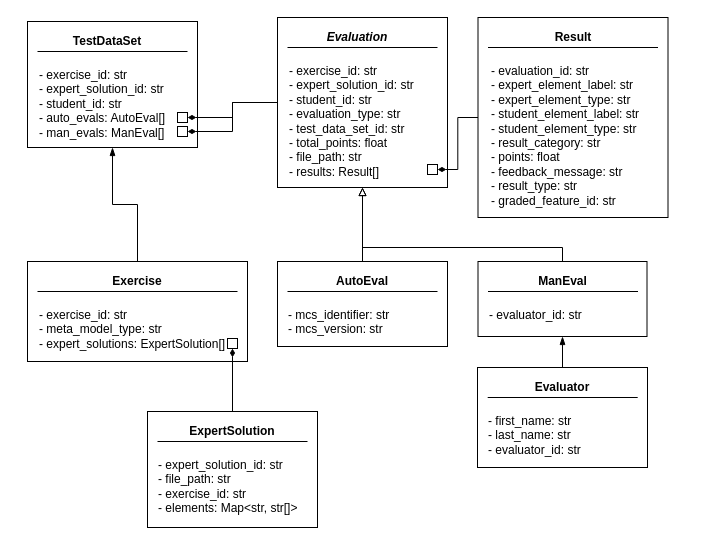
Earlier version of the draw.io diagram doc/graphics/EntitiesDesign.drawio (PDT42/bachelor-quality-testing-inloom). Source tidied: cells renumbered, new cells numbered last; positions are measured from the earlier drawing's top-left corner, leaving out a move shared by most shapes. Both pictures are drawn from the tidied source at 100%, with x=0, y=0 at pixel (27, 17).
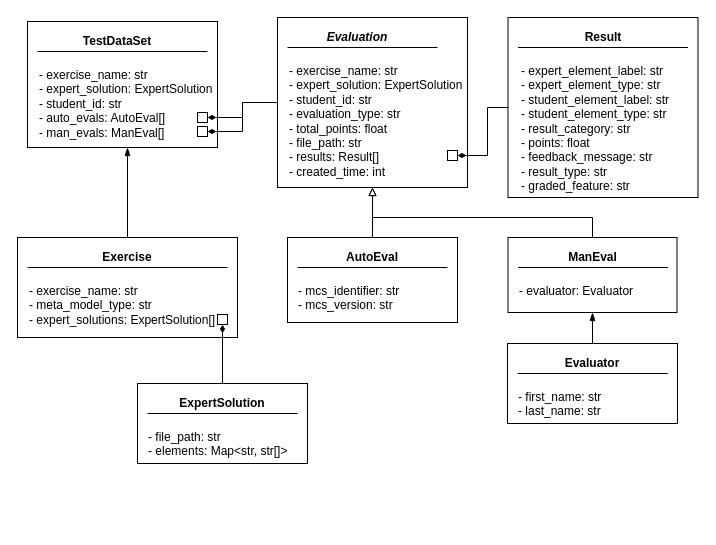
Above is the later version.

What changed in the source:
```diff
@@
     <mxCell id="2" style="rounded=0;whiteSpace=wrap;html=1;align=left;" parent="1" vertex="1">
-      <mxGeometry y="4" width="170" height="126" as="geometry" />
+      <mxGeometry y="4" width="190" height="126" as="geometry" />
     </mxCell>
     <mxCell id="3" value="&lt;b&gt;TestDataSet&lt;/b&gt;" style="text;html=1;strokeColor=none;fillColor=none;align=center;verticalAlign=middle;whiteSpace=wrap;rounded=0;" parent="1" vertex="1">
-      <mxGeometry y="14" width="160" height="20" as="geometry" />
+      <mxGeometry y="14" width="180" height="20" as="geometry" />
     </mxCell>
@@
-    <mxCell id="5" value="- exercise_id: str&lt;br&gt;- expert_solution_id: str&lt;br&gt;- student_id: str&lt;br&gt;- auto_evals: AutoEval[]&lt;br&gt;- man_evals: ManEval[]" style="text;html=1;strokeColor=none;fillColor=none;align=left;verticalAlign=top;whiteSpace=wrap;rounded=0;" parent="1" vertex="1">
-      <mxGeometry x="10" y="44" width="150" height="86" as="geometry" />
+    <mxCell id="5" value="- exercise_name: str&lt;br&gt;- expert_solution: ExpertSolution&lt;br&gt;- student_id: str&lt;br&gt;- auto_evals: AutoEval[]&lt;br&gt;- man_evals: ManEval[]" style="text;html=1;strokeColor=none;fillColor=none;align=left;verticalAlign=top;whiteSpace=wrap;rounded=0;" parent="1" vertex="1">
+      <mxGeometry x="10" y="44" width="180" height="86" as="geometry" />
     </mxCell>
     <mxCell id="6" style="rounded=0;whiteSpace=wrap;html=1;" parent="1" vertex="1">
-      <mxGeometry x="150" y="95" width="10" height="10" as="geometry" />
+      <mxGeometry x="170" y="95" width="10" height="10" as="geometry" />
     </mxCell>
     <mxCell id="7" style="rounded=0;whiteSpace=wrap;html=1;" parent="1" vertex="1">
-      <mxGeometry x="150" y="109" width="10" height="10" as="geometry" />
+      <mxGeometry x="170" y="109" width="10" height="10" as="geometry" />
     </mxCell>
@@
     <mxCell id="9" style="rounded=0;whiteSpace=wrap;html=1;" parent="1" vertex="1">
-      <mxGeometry y="244" width="220" height="100" as="geometry" />
+      <mxGeometry x="-10" y="220" width="220" height="100" as="geometry" />
     </mxCell>
     <mxCell id="10" value="&lt;b&gt;Exercise&lt;/b&gt;" style="text;html=1;strokeColor=none;fillColor=none;align=center;verticalAlign=middle;whiteSpace=wrap;rounded=0;dashed=1;" parent="1" vertex="1">
-      <mxGeometry x="10" y="254" width="200" height="20" as="geometry" />
+      <mxGeometry y="230" width="200" height="20" as="geometry" />
     </mxCell>
@@
-    <mxCell id="12" value="- exercise_id: str&lt;br&gt;- meta_model_type: str&lt;br&gt;- expert_solutions: ExpertSolution[]" style="text;html=1;strokeColor=none;fillColor=none;align=left;verticalAlign=top;whiteSpace=wrap;rounded=0;dashed=1;" parent="1" vertex="1">
-      <mxGeometry x="10" y="284" width="200" height="60" as="geometry" />
+    <mxCell id="12" value="- exercise_name: str&lt;br&gt;- meta_model_type: str&lt;br&gt;- expert_solutions: ExpertSolution[]" style="text;html=1;strokeColor=none;fillColor=none;align=left;verticalAlign=top;whiteSpace=wrap;rounded=0;dashed=1;" parent="1" vertex="1">
+      <mxGeometry y="260" width="200" height="60" as="geometry" />
     </mxCell>
@@
     <mxCell id="14" style="rounded=0;whiteSpace=wrap;html=1;fontStyle=1;" parent="1" vertex="1">
-      <mxGeometry x="450" y="350" width="170" height="100" as="geometry" />
+      <mxGeometry x="480" y="326" width="170" height="80" as="geometry" />
     </mxCell>
     <mxCell id="15" value="&lt;span&gt;&lt;b&gt;Evaluator&lt;/b&gt;&lt;/span&gt;" style="text;html=1;strokeColor=none;fillColor=none;align=center;verticalAlign=middle;whiteSpace=wrap;rounded=0;dashed=1;fontStyle=0;" parent="1" vertex="1">
-      <mxGeometry x="460.2" y="360" width="150" height="20" as="geometry" />
+      <mxGeometry x="490.2" y="336" width="150" height="20" as="geometry" />
     </mxCell>
     <mxCell id="16" style="endArrow=none;html=1;entryX=1;entryY=1;entryDx=0;entryDy=0;fontStyle=1;" parent="1" edge="1" target="15">
       <mxGeometry relative="1" as="geometry">
-        <mxPoint x="460.2" y="380" as="sourcePoint" />
+        <mxPoint x="490.2" y="356" as="sourcePoint" />
       </mxGeometry>
     </mxCell>
-    <mxCell id="17" value="&lt;span style=&quot;font-weight: normal&quot;&gt;- first_name: str&lt;br&gt;- last_name: str&lt;br&gt;- evaluator_id: str&lt;br&gt;&lt;/span&gt;" style="text;html=1;strokeColor=none;fillColor=none;align=left;verticalAlign=top;whiteSpace=wrap;rounded=0;dashed=1;fontStyle=1;" parent="1" vertex="1">
-      <mxGeometry x="459.2" y="390" width="150" height="60" as="geometry" />
+    <mxCell id="17" value="&lt;span style=&quot;font-weight: normal&quot;&gt;- first_name: str&lt;br&gt;- last_name: str&lt;br&gt;&lt;/span&gt;" style="text;html=1;strokeColor=none;fillColor=none;align=left;verticalAlign=top;whiteSpace=wrap;rounded=0;dashed=1;fontStyle=1;" parent="1" vertex="1">
+      <mxGeometry x="489.2" y="366" width="150" height="40" as="geometry" />
     </mxCell>
@@
     <mxCell id="20" style="rounded=0;whiteSpace=wrap;html=1;align=left;" parent="1" vertex="1">
-      <mxGeometry x="250" width="170" height="170" as="geometry" />
+      <mxGeometry x="250" width="190" height="170" as="geometry" />
     </mxCell>
@@
-    <mxCell id="23" value="- exercise_id: str&lt;br&gt;- expert_solution_id: str&lt;br&gt;- student_id: str&lt;br&gt;- evaluation_type: str&lt;br&gt;- test_data_set_id: str&lt;br&gt;- total_points: float&lt;br&gt;- file_path: str&lt;br&gt;- results: Result[]" style="text;html=1;strokeColor=none;fillColor=none;align=left;verticalAlign=top;whiteSpace=wrap;rounded=0;" parent="1" vertex="1">
-      <mxGeometry x="260" y="40" width="150" height="130" as="geometry" />
+    <mxCell id="23" value="- exercise_name: str&lt;br&gt;- expert_solution: ExpertSolution&lt;br&gt;- student_id: str&lt;br&gt;- evaluation_type: str&lt;br&gt;- total_points: float&lt;br&gt;- file_path: str&lt;br&gt;- results: Result[]&lt;br&gt;- created_time: int" style="text;html=1;strokeColor=none;fillColor=none;align=left;verticalAlign=top;whiteSpace=wrap;rounded=0;" parent="1" vertex="1">
+      <mxGeometry x="260" y="40" width="180" height="120" as="geometry" />
     </mxCell>
     <mxCell id="24" style="rounded=0;whiteSpace=wrap;html=1;" parent="1" vertex="1">
-      <mxGeometry x="400" y="147" width="10" height="10" as="geometry" />
+      <mxGeometry x="420" y="133" width="10" height="10" as="geometry" />
     </mxCell>
@@
     <mxCell id="26" style="rounded=0;whiteSpace=wrap;html=1;" parent="1" vertex="1">
-      <mxGeometry x="250" y="244" width="170" height="85" as="geometry" />
+      <mxGeometry x="260" y="220" width="170" height="85" as="geometry" />
     </mxCell>
     <mxCell id="27" value="&lt;b&gt;AutoEval&lt;/b&gt;" style="text;html=1;strokeColor=none;fillColor=none;align=center;verticalAlign=middle;whiteSpace=wrap;rounded=0;dashed=1;" parent="1" vertex="1">
-      <mxGeometry x="260" y="254" width="150" height="20" as="geometry" />
+      <mxGeometry x="270" y="230" width="150" height="20" as="geometry" />
     </mxCell>
     <mxCell id="28" style="endArrow=none;html=1;entryX=1;entryY=1;entryDx=0;entryDy=0;" parent="1" edge="1" target="27">
       <mxGeometry relative="1" as="geometry">
-        <mxPoint x="260" y="274" as="sourcePoint" />
+        <mxPoint x="270" y="250" as="sourcePoint" />
       </mxGeometry>
     </mxCell>
     <mxCell id="29" value="- mcs_identifier: str&lt;br&gt;- mcs_version: str" style="text;html=1;strokeColor=none;fillColor=none;align=left;verticalAlign=top;whiteSpace=wrap;rounded=0;dashed=1;" parent="1" vertex="1">
-      <mxGeometry x="259" y="284" width="150" height="45" as="geometry" />
+      <mxGeometry x="269" y="260" width="150" height="45" as="geometry" />
     </mxCell>
     <mxCell id="30" style="edgeStyle=orthogonalEdgeStyle;rounded=0;jettySize=auto;html=1;entryX=0.5;entryY=1;entryDx=0;entryDy=0;endArrow=block;endFill=0;" parent="1" edge="1" source="31" target="20">
       <mxGeometry relative="1" as="geometry">
         <Array as="points">
-          <mxPoint x="535" y="230" />
-          <mxPoint x="335" y="230" />
+          <mxPoint x="565" y="200" />
+          <mxPoint x="345" y="200" />
         </Array>
       </mxGeometry>
     </mxCell>
     <mxCell id="31" style="rounded=0;whiteSpace=wrap;html=1;" parent="1" vertex="1">
-      <mxGeometry x="450.5" y="244" width="169" height="75" as="geometry" />
+      <mxGeometry x="480.5" y="220" width="169" height="75" as="geometry" />
     </mxCell>
     <mxCell id="32" value="&lt;b&gt;ManEval&lt;/b&gt;" style="text;html=1;strokeColor=none;fillColor=none;align=center;verticalAlign=middle;whiteSpace=wrap;rounded=0;dashed=1;" parent="1" vertex="1">
-      <mxGeometry x="460" y="254" width="150.5" height="20" as="geometry" />
+      <mxGeometry x="490" y="230" width="150.5" height="20" as="geometry" />
     </mxCell>
     <mxCell id="33" style="endArrow=none;html=1;entryX=1;entryY=1;entryDx=0;entryDy=0;" parent="1" edge="1" target="32">
       <mxGeometry relative="1" as="geometry">
-        <mxPoint x="460.5" y="274" as="sourcePoint" />
+        <mxPoint x="490.5" y="250" as="sourcePoint" />
       </mxGeometry>
     </mxCell>
-    <mxCell id="34" value="- evaluator_id: str" style="text;html=1;strokeColor=none;fillColor=none;align=left;verticalAlign=top;whiteSpace=wrap;rounded=0;dashed=1;" parent="1" vertex="1">
-      <mxGeometry x="459.5" y="284" width="150" height="25" as="geometry" />
+    <mxCell id="34" value="- evaluator: Evaluator" style="text;html=1;strokeColor=none;fillColor=none;align=left;verticalAlign=top;whiteSpace=wrap;rounded=0;dashed=1;" parent="1" vertex="1">
+      <mxGeometry x="489.5" y="260" width="150" height="25" as="geometry" />
     </mxCell>
     <mxCell id="35" style="edgeStyle=orthogonalEdgeStyle;rounded=0;jettySize=auto;html=1;exitX=0;exitY=0.5;exitDx=0;exitDy=0;entryX=1;entryY=0.5;entryDx=0;entryDy=0;endArrow=diamondThin;endFill=1;" parent="1" edge="1" source="36" target="24">
-      <mxGeometry relative="1" as="geometry" />
+      <mxGeometry relative="1" as="geometry">
+        <Array as="points">
+          <mxPoint x="460" y="90" />
+          <mxPoint x="460" y="138" />
+        </Array>
+      </mxGeometry>
     </mxCell>
     <mxCell id="36" style="rounded=0;whiteSpace=wrap;html=1;align=left;" parent="1" vertex="1">
-      <mxGeometry x="450.5" width="190" height="200" as="geometry" />
+      <mxGeometry x="480.5" width="190" height="180" as="geometry" />
     </mxCell>
     <mxCell id="37" value="&lt;b&gt;Result&lt;/b&gt;" style="text;html=1;strokeColor=none;fillColor=none;align=center;verticalAlign=middle;whiteSpace=wrap;rounded=0;" parent="1" vertex="1">
-      <mxGeometry x="460.5" y="10" width="170" height="20" as="geometry" />
+      <mxGeometry x="490.5" y="10" width="170" height="20" as="geometry" />
     </mxCell>
     <mxCell id="38" style="endArrow=none;html=1;entryX=1;entryY=1;entryDx=0;entryDy=0;" parent="1" edge="1" target="37">
       <mxGeometry relative="1" as="geometry">
-        <mxPoint x="460.5" y="30" as="sourcePoint" />
+        <mxPoint x="490.5" y="30" as="sourcePoint" />
       </mxGeometry>
     </mxCell>
-    <mxCell id="39" value="- evaluation_id: str&lt;br&gt;- expert_element_label: str&lt;br&gt;- expert_element_type: str&lt;br&gt;- student_element_label: str&lt;br&gt;- student_element_type: str&lt;br&gt;- result_category: str&lt;br&gt;- points: float&lt;br&gt;- feedback_message: str&lt;br&gt;- result_type: str&lt;br&gt;- graded_feature_id: str" style="text;html=1;strokeColor=none;fillColor=none;align=left;verticalAlign=top;whiteSpace=wrap;rounded=0;" parent="1" vertex="1">
-      <mxGeometry x="461.5" y="40" width="169" height="160" as="geometry" />
+    <mxCell id="39" value="- expert_element_label: str&lt;br&gt;- expert_element_type: str&lt;br&gt;- student_element_label: str&lt;br&gt;- student_element_type: str&lt;br&gt;- result_category: str&lt;br&gt;- points: float&lt;br&gt;- feedback_message: str&lt;br&gt;- result_type: str&lt;br&gt;- graded_feature: str" style="text;html=1;strokeColor=none;fillColor=none;align=left;verticalAlign=top;whiteSpace=wrap;rounded=0;" parent="1" vertex="1">
+      <mxGeometry x="491.5" y="40" width="169" height="140" as="geometry" />
     </mxCell>
     <mxCell id="40" style="rounded=0;whiteSpace=wrap;html=1;" parent="1" vertex="1">
-      <mxGeometry x="200" y="321" width="10" height="10" as="geometry" />
+      <mxGeometry x="190" y="297" width="10" height="10" as="geometry" />
     </mxCell>
@@
     <mxCell id="42" style="rounded=0;whiteSpace=wrap;html=1;" parent="1" vertex="1">
-      <mxGeometry x="120" y="394" width="170" height="116" as="geometry" />
+      <mxGeometry x="110" y="366" width="170" height="80" as="geometry" />
     </mxCell>
     <mxCell id="43" style="endArrow=none;html=1;entryX=1;entryY=1;entryDx=0;entryDy=0;" parent="1" edge="1">
       <mxGeometry relative="1" as="geometry">
-        <mxPoint x="130" y="424" as="sourcePoint" />
-        <mxPoint x="280" y="424" as="targetPoint" />
+        <mxPoint x="120" y="396" as="sourcePoint" />
+        <mxPoint x="270" y="396" as="targetPoint" />
       </mxGeometry>
     </mxCell>
-    <mxCell id="44" value="- expert_solution_id: str&lt;br&gt;- file_path: str&lt;br&gt;- exercise_id: str&lt;br&gt;- elements: Map&amp;lt;str, str[]&amp;gt;" style="text;html=1;strokeColor=none;fillColor=none;align=left;verticalAlign=top;whiteSpace=wrap;rounded=0;dashed=1;" parent="1" vertex="1">
-      <mxGeometry x="129" y="434" width="150" height="76" as="geometry" />
+    <mxCell id="44" value="- file_path: str&lt;br&gt;- elements: Map&amp;lt;str, str[]&amp;gt;" style="text;html=1;strokeColor=none;fillColor=none;align=left;verticalAlign=top;whiteSpace=wrap;rounded=0;dashed=1;" parent="1" vertex="1">
+      <mxGeometry x="119" y="406" width="150" height="40" as="geometry" />
     </mxCell>
     <mxCell id="45" value="&lt;b&gt;ExpertSolution&lt;/b&gt;" style="text;html=1;strokeColor=none;fillColor=none;align=center;verticalAlign=middle;whiteSpace=wrap;rounded=0;" parent="1" vertex="1">
-      <mxGeometry x="130" y="404" width="150" height="20" as="geometry" />
+      <mxGeometry x="120" y="376" width="150" height="20" as="geometry" />
     </mxCell>
```
